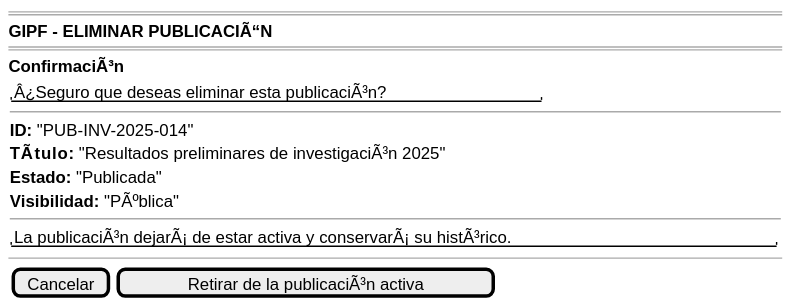
Before: images/RUP/00-casos-uso/02-detalle/investigador/eliminarPublicacion/eliminarPublicacion-wireframe.svg, a diagram exported from PlantUML (beatriizorozco/25-26-idsw2-sdVC).
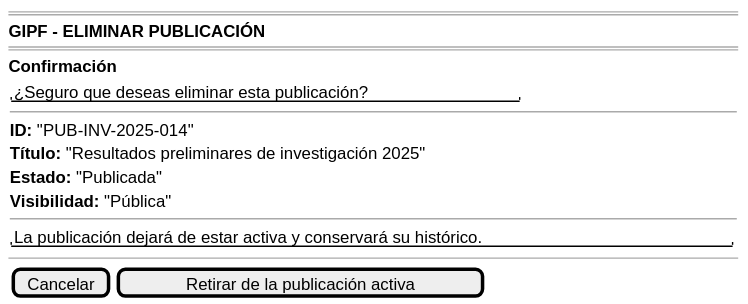
After the change.

The edit, as a diff of the source:
```diff
@@ -1,25 +1,25 @@
 @startsalt eliminarPublicacion-wireframe
 {
     ====
-    <b>GIPF - ELIMINAR PUBLICACIÃ“N</b>
+    <b>GIPF - ELIMINAR PUBLICACIÓN</b>
     ====
 
-    <b>ConfirmaciÃ³n</b>
+    <b>Confirmación</b>
     {
-        "Â¿Seguro que deseas eliminar esta publicaciÃ³n?"
+        "¿Seguro que deseas eliminar esta publicación?"
 
         --
         <b>ID:</b> "PUB-INV-2025-014"
-        <b>TÃ­tulo:</b> "Resultados preliminares de investigaciÃ³n 2025"
+        <b>Título:</b> "Resultados preliminares de investigación 2025"
         <b>Estado:</b> "Publicada"
-        <b>Visibilidad:</b> "PÃºblica"
+        <b>Visibilidad:</b> "Pública"
 
         --
-        "La publicaciÃ³n dejarÃ¡ de estar activa y conservarÃ¡ su histÃ³rico."
+        "La publicación dejará de estar activa y conservará su histórico."
     }
 
     --
 
-    { [Cancelar] | [Retirar de la publicaciÃ³n activa] }
+    { [Cancelar] | [Retirar de la publicación activa] }
 }
 @endsalt
```
